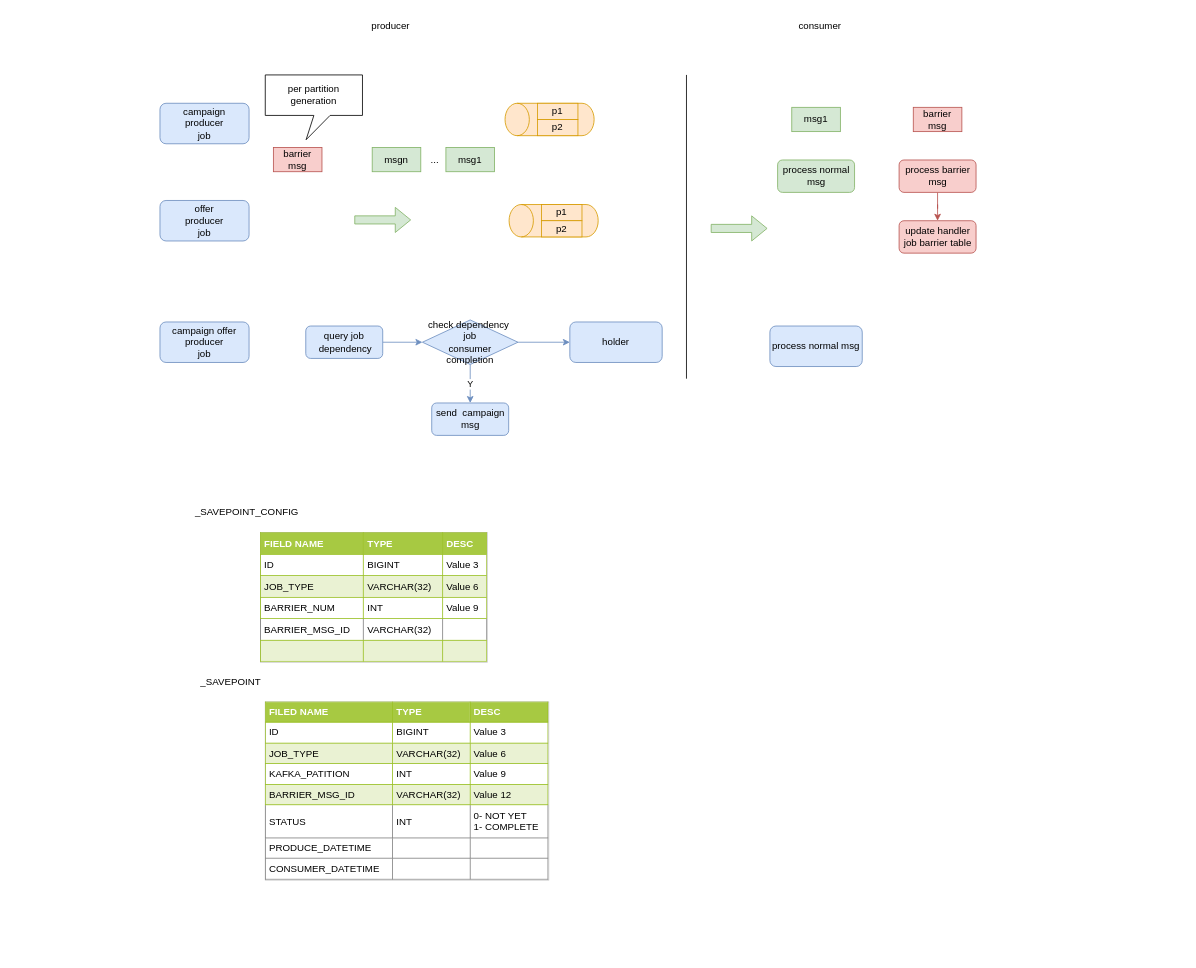
Before: techlab/handler dependency.drawio in qiufang1314/drawio, a draw.io diagram. Source tidied: cells renumbered, new cells numbered last; positions are measured from the earlier drawing's top-left corner, leaving out a move shared by most shapes. Both pictures are drawn from the tidied source at 81%, with x=0, y=0 at pixel (143, 14).
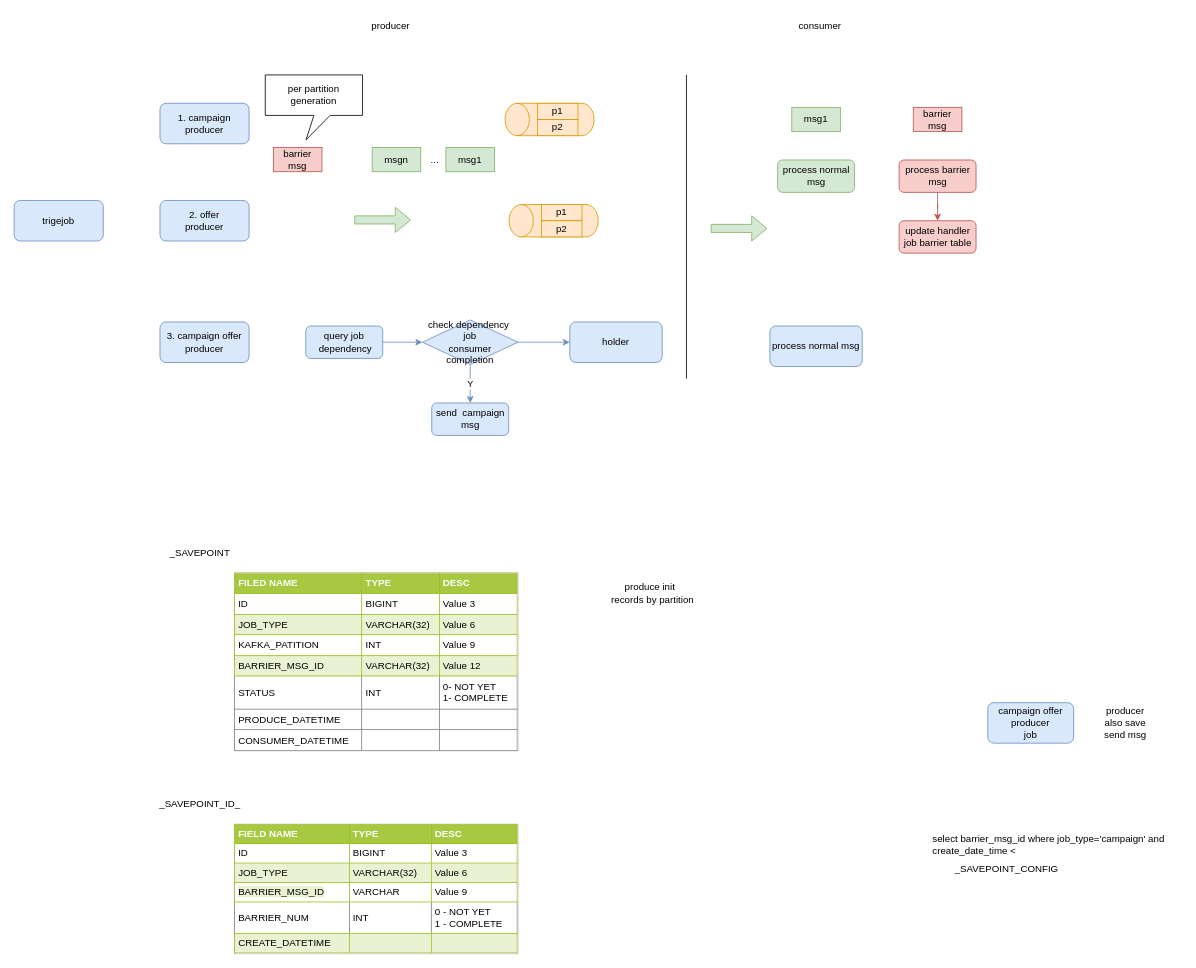
After the change.

The edit, as a diff of the source:
```diff
@@
-    <mxCell id="2" value="campaign&lt;br&gt;producer&lt;br&gt;job" style="rounded=1;whiteSpace=wrap;html=1;fillColor=#dae8fc;strokeColor=#6c8ebf;" parent="1" vertex="1">
+    <mxCell id="2" value="1. campaign&lt;br&gt;producer" style="rounded=1;whiteSpace=wrap;html=1;fillColor=#dae8fc;strokeColor=#6c8ebf;" parent="1" vertex="1">
       <mxGeometry x="20" y="110" width="110" height="50" as="geometry" />
     </mxCell>
-    <mxCell id="3" value="offer&lt;br&gt;producer&lt;br&gt;job" style="rounded=1;whiteSpace=wrap;html=1;fillColor=#dae8fc;strokeColor=#6c8ebf;" parent="1" vertex="1">
+    <mxCell id="3" value="2. offer&lt;br&gt;producer" style="rounded=1;whiteSpace=wrap;html=1;fillColor=#dae8fc;strokeColor=#6c8ebf;" parent="1" vertex="1">
       <mxGeometry x="20" y="230" width="110" height="50" as="geometry" />
     </mxCell>
@@
-    <mxCell id="25" value="campaign offer&lt;br&gt;producer&lt;br&gt;job" style="rounded=1;whiteSpace=wrap;html=1;fillColor=#dae8fc;strokeColor=#6c8ebf;" parent="1" vertex="1">
+    <mxCell id="25" value="3. campaign offer&lt;br&gt;producer" style="rounded=1;whiteSpace=wrap;html=1;fillColor=#dae8fc;strokeColor=#6c8ebf;" parent="1" vertex="1">
       <mxGeometry x="20" y="380" width="110" height="50" as="geometry" />
     </mxCell>
@@
     <mxCell id="33" value="_SAVEPOINT_CONFIG" style="text;html=1;strokeColor=none;fillColor=none;align=center;verticalAlign=middle;whiteSpace=wrap;rounded=0;" parent="1" vertex="1">
-      <mxGeometry x="20" y="600" width="215" height="30" as="geometry" />
+      <mxGeometry x="958" y="1040" width="215" height="30" as="geometry" />
     </mxCell>
@@
-    <mxCell id="35" value="&lt;table border=&quot;1&quot; width=&quot;100%&quot; height=&quot;100%&quot; cellpadding=&quot;4&quot; style=&quot;width:100%;height:100%;border-collapse:collapse;&quot;&gt;&lt;tbody&gt;&lt;tr style=&quot;background-color:#A7C942;color:#ffffff;border:1px solid #98bf21;&quot;&gt;&lt;th align=&quot;left&quot;&gt;FIELD NAME&lt;/th&gt;&lt;th align=&quot;left&quot;&gt;TYPE&lt;/th&gt;&lt;th align=&quot;left&quot;&gt;DESC&lt;/th&gt;&lt;/tr&gt;&lt;tr style=&quot;border:1px solid #98bf21;&quot;&gt;&lt;td&gt;ID&lt;/td&gt;&lt;td&gt;BIGINT&lt;/td&gt;&lt;td&gt;Value 3&lt;/td&gt;&lt;/tr&gt;&lt;tr style=&quot;background-color:#EAF2D3;border:1px solid #98bf21;&quot;&gt;&lt;td&gt;JOB_TYPE&lt;/td&gt;&lt;td&gt;VARCHAR(32)&lt;/td&gt;&lt;td&gt;Value 6&lt;/td&gt;&lt;/tr&gt;&lt;tr style=&quot;border:1px solid #98bf21;&quot;&gt;&lt;td&gt;BARRIER_NUM&lt;/td&gt;&lt;td&gt;INT&lt;/td&gt;&lt;td&gt;Value 9&lt;/td&gt;&lt;/tr&gt;&lt;tr&gt;&lt;td&gt;BARRIER_MSG_ID&lt;/td&gt;&lt;td&gt;VARCHAR(32)&lt;/td&gt;&lt;td&gt;&lt;br&gt;&lt;/td&gt;&lt;/tr&gt;&lt;tr style=&quot;background-color:#EAF2D3;border:1px solid #98bf21;&quot;&gt;&lt;td&gt;&lt;/td&gt;&lt;td&gt;&lt;br&gt;&lt;/td&gt;&lt;td&gt;&lt;br&gt;&lt;/td&gt;&lt;/tr&gt;&lt;/tbody&gt;&lt;/table&gt;" style="text;html=1;strokeColor=#c0c0c0;fillColor=#ffffff;overflow=fill;rounded=0;" parent="1" vertex="1">
-      <mxGeometry x="144" y="640" width="280" height="160" as="geometry" />
+    <mxCell id="35" value="&lt;table border=&quot;1&quot; width=&quot;100%&quot; height=&quot;100%&quot; cellpadding=&quot;4&quot; style=&quot;width:100%;height:100%;border-collapse:collapse;&quot;&gt;&lt;tbody&gt;&lt;tr style=&quot;background-color:#A7C942;color:#ffffff;border:1px solid #98bf21;&quot;&gt;&lt;th align=&quot;left&quot;&gt;FIELD NAME&lt;/th&gt;&lt;th align=&quot;left&quot;&gt;TYPE&lt;/th&gt;&lt;th align=&quot;left&quot;&gt;DESC&lt;/th&gt;&lt;/tr&gt;&lt;tr style=&quot;border:1px solid #98bf21;&quot;&gt;&lt;td&gt;ID&lt;/td&gt;&lt;td&gt;BIGINT&lt;/td&gt;&lt;td&gt;Value 3&lt;/td&gt;&lt;/tr&gt;&lt;tr style=&quot;background-color:#EAF2D3;border:1px solid #98bf21;&quot;&gt;&lt;td&gt;JOB_TYPE&lt;/td&gt;&lt;td&gt;VARCHAR(32)&lt;/td&gt;&lt;td&gt;Value 6&lt;/td&gt;&lt;/tr&gt;&lt;tr style=&quot;border:1px solid #98bf21;&quot;&gt;&lt;td&gt;&lt;span style=&quot;background-color: rgb(234, 242, 211);&quot;&gt;BARRIER_MSG_ID&lt;/span&gt;&lt;/td&gt;&lt;td&gt;VARCHAR&lt;/td&gt;&lt;td&gt;Value 9&lt;/td&gt;&lt;/tr&gt;&lt;tr&gt;&lt;td&gt;BARRIER_NUM&lt;/td&gt;&lt;td&gt;INT&lt;/td&gt;&lt;td&gt;0 - NOT YET&lt;br&gt;1 - COMPLETE&lt;/td&gt;&lt;/tr&gt;&lt;tr style=&quot;background-color:#EAF2D3;border:1px solid #98bf21;&quot;&gt;&lt;td&gt;CREATE_DATETIME&lt;/td&gt;&lt;td&gt;&lt;br&gt;&lt;/td&gt;&lt;td&gt;&lt;br&gt;&lt;/td&gt;&lt;/tr&gt;&lt;/tbody&gt;&lt;/table&gt;" style="text;html=1;strokeColor=#c0c0c0;fillColor=#ffffff;overflow=fill;rounded=0;" parent="1" vertex="1">
+      <mxGeometry x="112" y="1000" width="350" height="160" as="geometry" />
     </mxCell>
@@
     <mxCell id="37" value="&lt;table border=&quot;1&quot; width=&quot;100%&quot; height=&quot;100%&quot; cellpadding=&quot;4&quot; style=&quot;width:100%;height:100%;border-collapse:collapse;&quot;&gt;&lt;tbody&gt;&lt;tr style=&quot;background-color:#A7C942;color:#ffffff;border:1px solid #98bf21;&quot;&gt;&lt;th align=&quot;left&quot;&gt;FILED NAME&lt;/th&gt;&lt;th align=&quot;left&quot;&gt;TYPE&lt;/th&gt;&lt;th align=&quot;left&quot;&gt;DESC&lt;/th&gt;&lt;/tr&gt;&lt;tr style=&quot;border:1px solid #98bf21;&quot;&gt;&lt;td&gt;ID&lt;/td&gt;&lt;td&gt;BIGINT&lt;/td&gt;&lt;td&gt;Value 3&lt;/td&gt;&lt;/tr&gt;&lt;tr style=&quot;background-color:#EAF2D3;border:1px solid #98bf21;&quot;&gt;&lt;td&gt;JOB_TYPE&lt;/td&gt;&lt;td&gt;VARCHAR(32)&lt;/td&gt;&lt;td&gt;Value 6&lt;/td&gt;&lt;/tr&gt;&lt;tr style=&quot;border:1px solid #98bf21;&quot;&gt;&lt;td&gt;KAFKA_PATITION&lt;/td&gt;&lt;td&gt;INT&lt;/td&gt;&lt;td&gt;Value 9&lt;/td&gt;&lt;/tr&gt;&lt;tr style=&quot;background-color:#EAF2D3;border:1px solid #98bf21;&quot;&gt;&lt;td&gt;BARRIER_MSG_ID&lt;/td&gt;&lt;td&gt;VARCHAR(32)&lt;/td&gt;&lt;td&gt;Value 12&lt;/td&gt;&lt;/tr&gt;&lt;tr&gt;&lt;td&gt;STATUS&lt;/td&gt;&lt;td&gt;INT&lt;/td&gt;&lt;td&gt;0- NOT YET&lt;br&gt;1- COMPLETE&lt;/td&gt;&lt;/tr&gt;&lt;tr&gt;&lt;td&gt;PRODUCE_DATETIME&lt;/td&gt;&lt;td&gt;&lt;br&gt;&lt;/td&gt;&lt;td&gt;&lt;br&gt;&lt;/td&gt;&lt;/tr&gt;&lt;tr&gt;&lt;td&gt;CONSUMER_DATETIME&lt;/td&gt;&lt;td&gt;&lt;br&gt;&lt;/td&gt;&lt;td&gt;&lt;br&gt;&lt;/td&gt;&lt;/tr&gt;&lt;/tbody&gt;&lt;/table&gt;" style="text;html=1;strokeColor=#c0c0c0;fillColor=#ffffff;overflow=fill;rounded=0;" parent="1" vertex="1">
-      <mxGeometry x="150" y="849" width="350" height="220" as="geometry" />
+      <mxGeometry x="112" y="689.5" width="350" height="220" as="geometry" />
     </mxCell>
     <mxCell id="38" value="_SAVEPOINT" style="text;html=1;strokeColor=none;fillColor=none;align=center;verticalAlign=middle;whiteSpace=wrap;rounded=0;" parent="1" vertex="1">
-      <mxGeometry y="810" width="215" height="30" as="geometry" />
+      <mxGeometry x="-38" y="650.5" width="215" height="30" as="geometry" />
     </mxCell>
+    <mxCell id="39" value="select barrier_msg_id where job_type='campaign' and create_date_time &amp;lt;&amp;nbsp;" style="text;html=1;strokeColor=none;fillColor=none;align=left;verticalAlign=middle;whiteSpace=wrap;rounded=0;" parent="1" vertex="1">
+      <mxGeometry x="972" y="1010" width="310" height="30" as="geometry" />
+    </mxCell>
+    <mxCell id="40" value="campaign offer&lt;br&gt;producer&lt;br&gt;job" style="rounded=1;whiteSpace=wrap;html=1;fillColor=#dae8fc;strokeColor=#6c8ebf;" parent="1" vertex="1">
+      <mxGeometry x="1042" y="850" width="106" height="50" as="geometry" />
+    </mxCell>
+    <mxCell id="41" value="producer also save send msg" style="text;html=1;strokeColor=none;fillColor=none;align=center;verticalAlign=middle;whiteSpace=wrap;rounded=0;" parent="1" vertex="1">
+      <mxGeometry x="1182" y="860" width="60" height="30" as="geometry" />
+    </mxCell>
+    <mxCell id="42" value="trigejob" style="rounded=1;whiteSpace=wrap;html=1;fillColor=#dae8fc;strokeColor=#6c8ebf;" parent="1" vertex="1">
+      <mxGeometry x="-160" y="230" width="110" height="50" as="geometry" />
+    </mxCell>
+    <mxCell id="43" value="produce init &amp;nbsp;&lt;br&gt;records by partition" style="text;html=1;strokeColor=none;fillColor=none;align=center;verticalAlign=middle;whiteSpace=wrap;rounded=0;" parent="1" vertex="1">
+      <mxGeometry x="521" y="700" width="215" height="30" as="geometry" />
+    </mxCell>
+    <mxCell id="44" value="_SAVEPOINT_ID_" style="text;html=1;strokeColor=none;fillColor=none;align=center;verticalAlign=middle;whiteSpace=wrap;rounded=0;" parent="1" vertex="1">
+      <mxGeometry x="-38" y="960" width="215" height="30" as="geometry" />
+    </mxCell>
```
